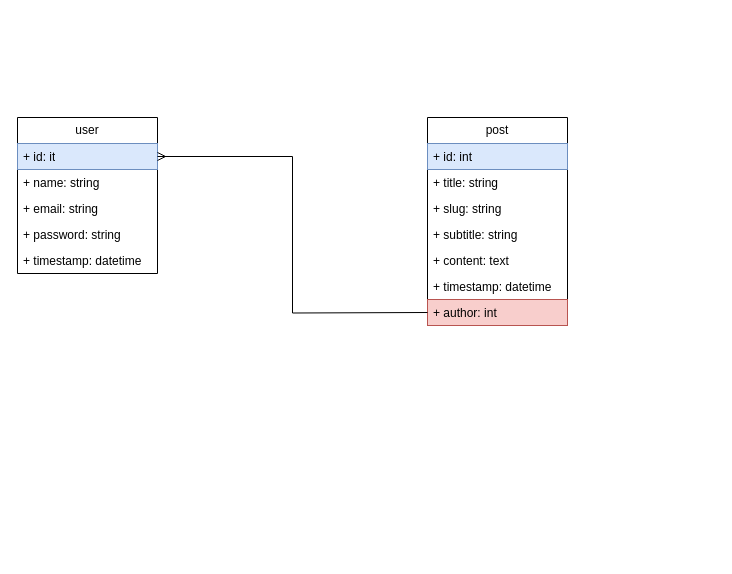
Above: Untitled Diagram.drawio in jnaps12/Diagramas (draw.io), before the change. Source tidied: cells renumbered, new cells numbered last; positions are measured from the earlier drawing's top-left corner, leaving out a move shared by most shapes. Both pictures are drawn from the tidied source at 100%, with x=0, y=0 at pixel (17, 117).
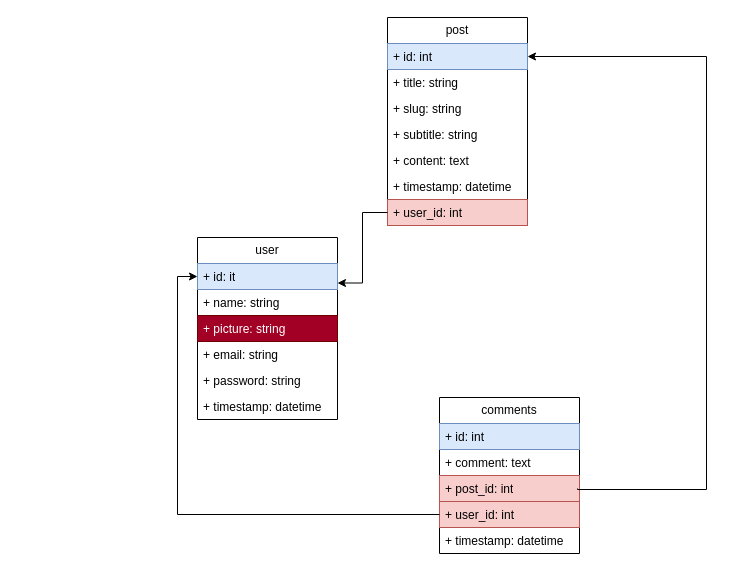
The same diagram, later.

The change refers to these unchanged cells:
```xml
<mxCell id="3" value="+ id: it" style="text;strokeColor=#6c8ebf;fillColor=#dae8fc;align=left;verticalAlign=top;spacingLeft=4;spacingRight=4;overflow=hidden;points=[[0,0.5],[1,0.5]];portConstraint=eastwest;whiteSpace=wrap;html=1;" parent="2" vertex="1">
  <mxGeometry y="26" width="140" height="26" as="geometry" />
</mxCell>
<mxCell id="9" value="+ id: int" style="text;strokeColor=#6c8ebf;fillColor=#dae8fc;align=left;verticalAlign=top;spacingLeft=4;spacingRight=4;overflow=hidden;points=[[0,0.5],[1,0.5]];portConstraint=eastwest;whiteSpace=wrap;html=1;" parent="8" vertex="1">
  <mxGeometry y="26" width="140" height="26" as="geometry" />
</mxCell>
```

What changed in the source:
```diff
@@
     <mxCell id="2" value="user" style="swimlane;fontStyle=0;horizontal=1;startSize=26;fillColor=none;whiteSpace=wrap;html=1;" parent="1" vertex="1">
-      <mxGeometry width="140" height="156" as="geometry" />
+      <mxGeometry x="180" y="120" width="140" height="182" as="geometry" />
     </mxCell>
@@
+    <mxCell id="17" value="+ picture: string" style="text;strokeColor=#6F0000;fillColor=#a20025;align=left;verticalAlign=top;spacingLeft=4;spacingRight=4;overflow=hidden;whiteSpace=wrap;html=1;fontColor=#ffffff;" parent="2" vertex="1">
+      <mxGeometry y="78" width="140" height="26" as="geometry" />
+    </mxCell>
     <mxCell id="5" value="+ email: string" style="text;strokeColor=none;fillColor=none;align=left;verticalAlign=top;spacingLeft=4;spacingRight=4;overflow=hidden;whiteSpace=wrap;html=1;" parent="2" vertex="1">
-      <mxGeometry y="78" width="140" height="26" as="geometry" />
+      <mxGeometry y="104" width="140" height="26" as="geometry" />
     </mxCell>
     <mxCell id="6" value="+ password: string" style="text;strokeColor=none;fillColor=none;align=left;verticalAlign=top;spacingLeft=4;spacingRight=4;overflow=hidden;whiteSpace=wrap;html=1;" parent="2" vertex="1">
-      <mxGeometry y="104" width="140" height="26" as="geometry" />
+      <mxGeometry y="130" width="140" height="26" as="geometry" />
     </mxCell>
     <mxCell id="7" value="+ timestamp: datetime" style="text;strokeColor=none;fillColor=none;align=left;verticalAlign=top;spacingLeft=4;spacingRight=4;overflow=hidden;whiteSpace=wrap;html=1;" parent="2" vertex="1">
-      <mxGeometry y="130" width="140" height="26" as="geometry" />
+      <mxGeometry y="156" width="140" height="26" as="geometry" />
     </mxCell>
     <mxCell id="8" value="post" style="swimlane;fontStyle=0;horizontal=1;startSize=26;fillColor=none;whiteSpace=wrap;html=1;" parent="1" vertex="1">
-      <mxGeometry x="410" width="140" height="208" as="geometry" />
+      <mxGeometry x="370" y="-100" width="140" height="208" as="geometry" />
     </mxCell>
@@
-    <mxCell id="15" value="+ author: int" style="text;strokeColor=#b85450;fillColor=#f8cecc;align=left;verticalAlign=top;spacingLeft=4;spacingRight=4;overflow=hidden;points=[[0,0.5],[1,0.5]];portConstraint=eastwest;whiteSpace=wrap;html=1;" parent="8" vertex="1">
+    <mxCell id="15" value="+ user_id: int" style="text;strokeColor=#b85450;fillColor=#f8cecc;align=left;verticalAlign=top;spacingLeft=4;spacingRight=4;overflow=hidden;points=[[0,0.5],[1,0.5]];portConstraint=eastwest;whiteSpace=wrap;html=1;" parent="8" vertex="1">
       <mxGeometry y="182" width="140" height="26" as="geometry" />
     </mxCell>
-    <mxCell id="16" style="edgeStyle=orthogonalEdgeStyle;rounded=0;jettySize=auto;html=1;entryX=1;entryY=0.25;entryDx=0;entryDy=0;startArrow=none;startFill=0;endArrow=ERmany;endFill=0;" parent="1" edge="1" target="2">
-      <mxGeometry relative="1" as="geometry">
-        <mxPoint x="410" y="195" as="sourcePoint" />
-      </mxGeometry>
-    </mxCell>
+    <mxCell id="18" value="comments" style="swimlane;fontStyle=0;horizontal=1;startSize=26;fillColor=none;whiteSpace=wrap;html=1;" parent="1" vertex="1">
+      <mxGeometry x="422" y="280" width="140" height="156" as="geometry" />
+    </mxCell>
+    <mxCell id="19" value="+ id: int" style="text;strokeColor=#6c8ebf;fillColor=#dae8fc;align=left;verticalAlign=top;spacingLeft=4;spacingRight=4;overflow=hidden;whiteSpace=wrap;html=1;" parent="18" vertex="1">
+      <mxGeometry y="26" width="140" height="26" as="geometry" />
+    </mxCell>
+    <mxCell id="20" value="+ comment: text" style="text;strokeColor=none;fillColor=none;align=left;verticalAlign=top;spacingLeft=4;spacingRight=4;overflow=hidden;whiteSpace=wrap;html=1;" parent="18" vertex="1">
+      <mxGeometry y="52" width="140" height="26" as="geometry" />
+    </mxCell>
+    <mxCell id="21" value="+ post_id: int" style="text;strokeColor=#b85450;fillColor=#f8cecc;align=left;verticalAlign=top;spacingLeft=4;spacingRight=4;overflow=hidden;whiteSpace=wrap;html=1;" parent="18" vertex="1">
+      <mxGeometry y="78" width="140" height="26" as="geometry" />
+    </mxCell>
+    <mxCell id="22" value="+ user_id: int" style="text;strokeColor=#b85450;fillColor=#f8cecc;align=left;verticalAlign=top;spacingLeft=4;spacingRight=4;overflow=hidden;points=[[0,0.5],[1,0.5]];portConstraint=eastwest;whiteSpace=wrap;html=1;" parent="18" vertex="1">
+      <mxGeometry y="104" width="140" height="26" as="geometry" />
+    </mxCell>
+    <mxCell id="23" value="+ timestamp: datetime" style="text;strokeColor=none;fillColor=none;align=left;verticalAlign=top;spacingLeft=4;spacingRight=4;overflow=hidden;whiteSpace=wrap;html=1;" parent="18" vertex="1">
+      <mxGeometry y="130" width="140" height="26" as="geometry" />
+    </mxCell>
+    <mxCell id="24" style="edgeStyle=orthogonalEdgeStyle;rounded=0;jettySize=auto;html=1;entryX=0;entryY=0.5;entryDx=0;entryDy=0;" parent="1" edge="1" source="22" target="3">
+      <mxGeometry relative="1" as="geometry" />
+    </mxCell>
+    <mxCell id="25" style="edgeStyle=orthogonalEdgeStyle;rounded=0;jettySize=auto;html=1;entryX=1;entryY=0.5;entryDx=0;entryDy=0;" parent="1" edge="1" target="9">
+      <mxGeometry relative="1" as="geometry">
+        <mxPoint x="560" y="371" as="sourcePoint" />
+        <Array as="points">
+          <mxPoint x="560" y="372" />
+          <mxPoint x="689" y="372" />
+          <mxPoint x="689" y="-61" />
+        </Array>
+      </mxGeometry>
+    </mxCell>
+    <mxCell id="26" style="edgeStyle=orthogonalEdgeStyle;rounded=0;jettySize=auto;html=1;entryX=1;entryY=0.25;entryDx=0;entryDy=0;" parent="1" edge="1" source="15" target="2">
+      <mxGeometry relative="1" as="geometry" />
+    </mxCell>
```
